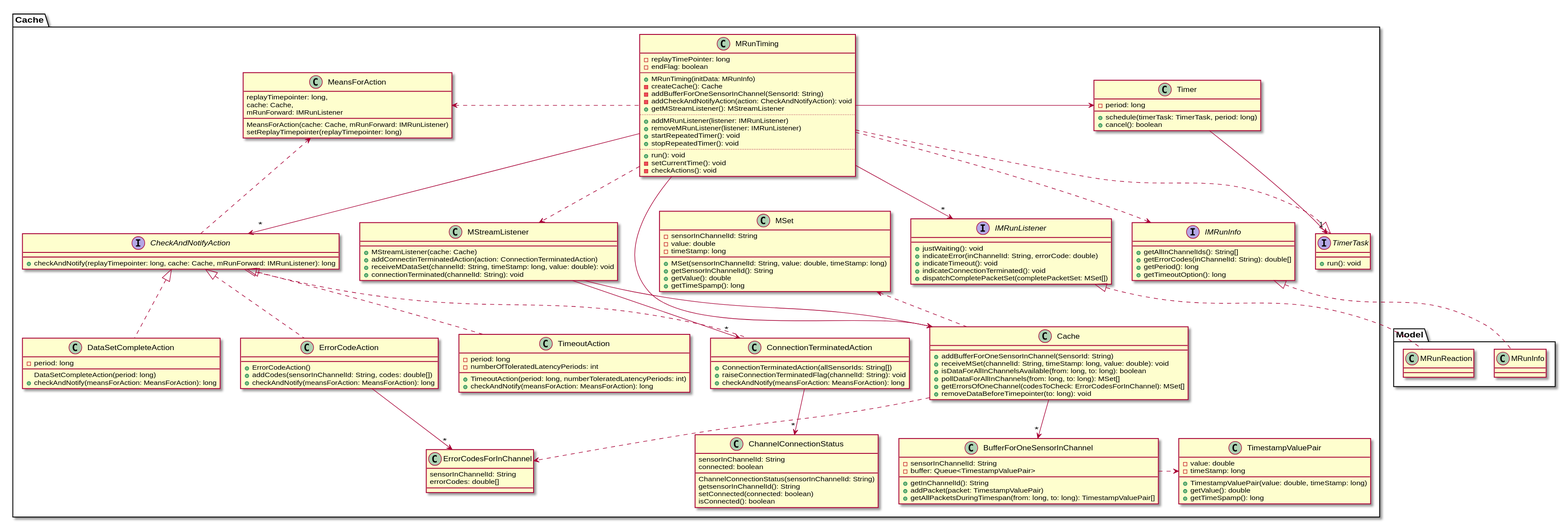
Before: 2-Entwurf/2-Entwicklung/src/edu/kit/freejdaq/cache/classDiagramCache.svg, a diagram exported from PlantUML (osl2/DAQ-Documents). Its diagram source:
```plantuml
@startuml
namespace Cache {

class MStreamListener {
	+ MStreamListener(cache: Cache)
	+ addConnectinTerminatedAction(action: ConnectionTerminatedAction)
	+ receiveMDataSet(channelId: String, timeStamp: long, value: double): void
	+ connectionTerminated(channelId: String): void
}


class MRunTiming {
	- replayTimePointer: long
	- endFlag: boolean
	--
	+ MRunTiming(initData: MRunInfo)
	- createCache(): Cache
	- addBufferForOneSensorInChannel(SensorId: String)
	- addCheckAndNotifyAction(action: CheckAndNotifyAction): void
	+ getMStreamListener(): MStreamListener
	..
	+ addMRunListener(listener: IMRunListener)
	+ removeMRunListener(listener: IMRunListener)
	+ startRepeatedTimer(): void
	+ stopRepeatedTimer(): void
	..
	+ run(): void
	- setCurrentTime(): void
	- checkActions(): void
}

class Timer {
	-period: long
	+schedule(timerTask: TimerTask, period: long)
	+cancel(): boolean
}

class Cache{
	+ addBufferForOneSensorInChannel(SensorId: String)
	+ receiveMSet(channelId: String, timeStamp: long, value: double): void
	+ isDataForAllInChannelsAvailable(from: long, to: long): boolean
	+ pollDataForAllInChannels(from: long, to: long):  MSet[]
	+ getErrorsOfOneChannel(codesToCheck: ErrorCodesForInChannel): MSet[]
	+ removeDataBeforeTimepointer(to: long): void
}

class BufferForOneSensorInChannel {
	-sensorInChannelId: String
	-buffer: Queue<TimestampValuePair>
	+getInChannelId(): String
	+addPacket(packet: TimestampValuePair)
	+getAllPacketsDuringTimespan(from: long, to: long): TimestampValuePair[]
}

class TimestampValuePair	{
	-value: double
	-timeStamp: long
	+TimestampValuePair(value: double, timeStamp: long)
	+getValue(): double
	+getTimeSpamp(): long
}

class ConnectionTerminatedAction {
	+ ConnectionTerminatedAction(allSensorIds: String[])
	+ raiseConnectionTerminatedFlag(channelId: String): void
	+ checkAndNotify(meansForAction: MeansForAction): long
}

class TimeoutAction {
	- period: long
	- numberOfToleratedLatencyPeriods: int
	+ TimeoutAction(period: long, numberToleratedLatencyPeriods: int)
	+ checkAndNotify(meansForAction: MeansForAction): long
}

class ErrorCodeAction {
	+ErrorCodeAction()
	+addCodes(sensorInChannelId: String, codes: double[])
	+checkAndNotify(meansForAction: MeansForAction): long
}

class DataSetCompleteAction {
	-period: long
	DataSetCompleteAction(period: long)
	+checkAndNotify(meansForAction: MeansForAction): long
}

class MSet {
	-sensorInChannelId: String
	-value: double
	-timeStamp: long
	+MSet(sensorInChannelId: String, value: double, timeStamp: long)
	+getSensorInChannelId(): String
	+getValue(): double
	+getTimeSpamp(): long
}

class ErrorCodesForInChannel {
	sensorInChannelId: String
	errorCodes: double[]
}

class MeansForAction {
	replayTimepointer: long,
	cache: Cache,
	mRunForward: IMRunListener
	MeansForAction(cache: Cache, mRunForward: IMRunListener)
	setReplayTimepointer(replayTimepointer: long)
}

class ChannelConnectionStatus {
	sensorInChannelId: String
	connected: boolean
	ChannelConnectionStatus(sensorInChannelId: String)
	getsensorInChannelId(): String
	setConnected(connected: boolean)
	isConnected(): boolean
}

MRunTiming .left.> MeansForAction
CheckAndNotifyAction .up.> MeansForAction


MStreamListener --> "*" ConnectionTerminatedAction
MStreamListener --> Cache
ConnectionTerminatedAction .up.|> CheckAndNotifyAction
TimeoutAction .up.|> CheckAndNotifyAction
ErrorCodeAction .up.|> CheckAndNotifyAction
DataSetCompleteAction .up.|> CheckAndNotifyAction

MRunTiming -right-> Timer
MRunTiming .right.|> TimerTask
Timer -down-> "1" TimerTask
MRunTiming ..> MStreamListener
Cache .up.> MSet
Cache -down-> "*" BufferForOneSensorInChannel
Cache ..> ErrorCodesForInChannel

BufferForOneSensorInChannel .right.> TimestampValuePair
MRunTiming --> "*" CheckAndNotifyAction

MRunTiming -down-> Cache

ErrorCodeAction --> "*" ErrorCodesForInChannel

MRunTiming --> "*" IMRunListener
MRunTiming ..> IMRunInfo
ConnectionTerminatedAction --> "*" ChannelConnectionStatus

interface CheckAndNotifyAction {
	+checkAndNotify(replayTimepointer: long, cache: Cache, mRunForward: IMRunListener): long
}

interface IMRunListener {
	+justWaiting():  void
	+indicateError(inChannelId: String, errorCode: double)
	+indicateTimeout(): void
	+indicateConnectionTerminated(): void
	+dispatchCompletePacketSet(completePacketSet: MSet[])
}

interface IMRunInfo {
	+getAllInChannelIds(): String[]
	+getErrorCodes(inChannelId: String): double[]
	+getPeriod(): long
	+getTimeoutOption(): long
}

interface TimerTask {
	+run(): void
}

IMRunListener <|.. Model.MRunReaction
IMRunInfo <|.. Model.MRunInfo

}
@enduml
```
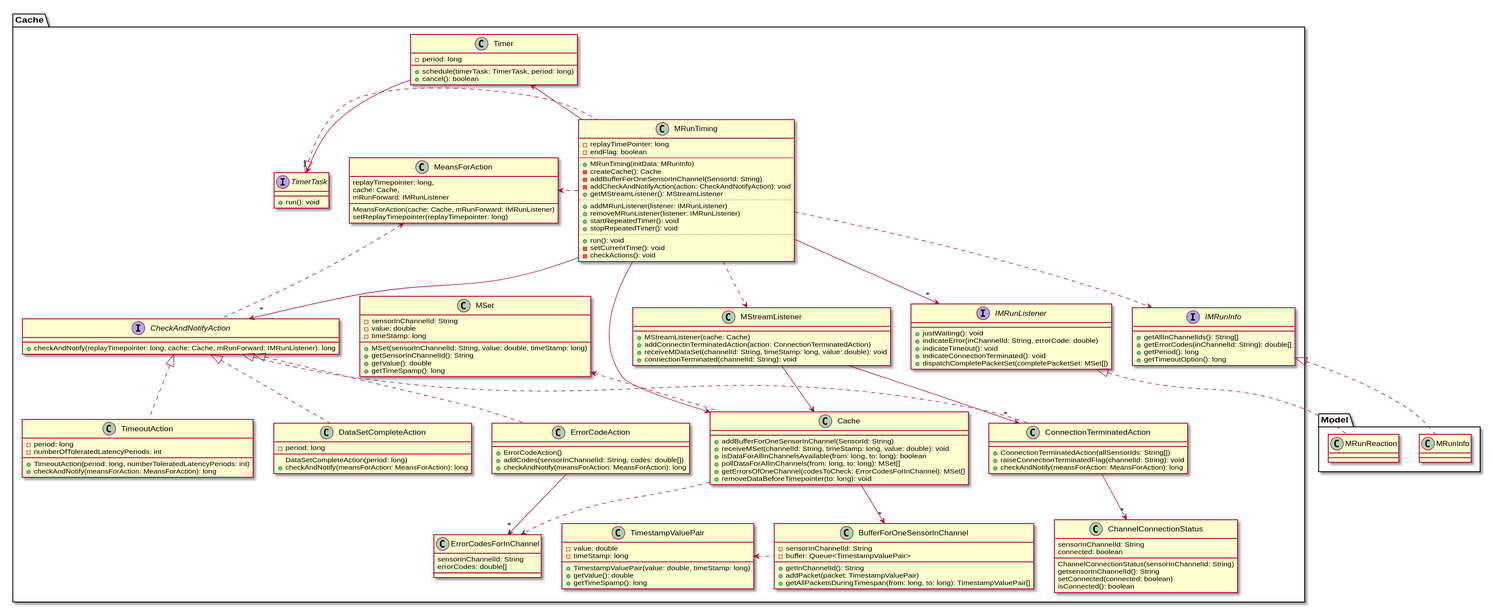
The same file after the commit.

What changed in the source:
```diff
@@ -117,7 +117,7 @@
 	isConnected(): boolean
 }
 
-MRunTiming .left.> MeansForAction
+MRunTiming .right.> MeansForAction
 CheckAndNotifyAction .up.> MeansForAction
 
 
@@ -128,15 +128,15 @@
 ErrorCodeAction .up.|> CheckAndNotifyAction
 DataSetCompleteAction .up.|> CheckAndNotifyAction
 
-MRunTiming -right-> Timer
-MRunTiming .right.|> TimerTask
+MRunTiming -left-> Timer
+MRunTiming .left.|> TimerTask
 Timer -down-> "1" TimerTask
 MRunTiming ..> MStreamListener
 Cache .up.> MSet
 Cache -down-> "*" BufferForOneSensorInChannel
 Cache ..> ErrorCodesForInChannel
 
-BufferForOneSensorInChannel .right.> TimestampValuePair
+BufferForOneSensorInChannel .left.> TimestampValuePair
 MRunTiming --> "*" CheckAndNotifyAction
 
 MRunTiming -down-> Cache
@@ -173,5 +173,6 @@
 IMRunListener <|.. Model.MRunReaction
 IMRunInfo <|.. Model.MRunInfo
 
+
 }
 @enduml
```
